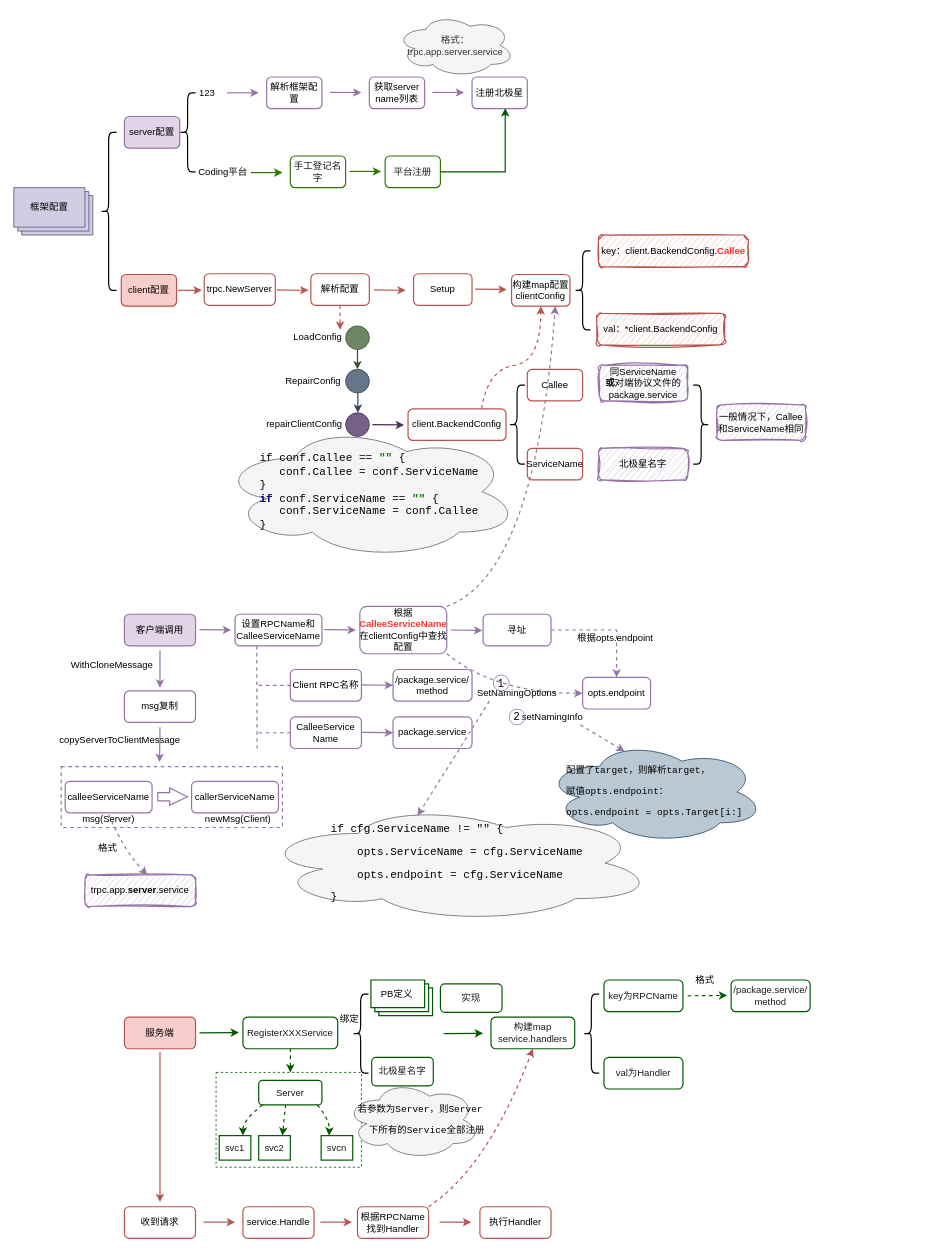
Above: base/trpc-go配置.drawio in melonshell/draw.io (draw.io), before the change. Source tidied: cells renumbered, new cells numbered last; positions are measured from the earlier drawing's top-left corner, leaving out a move shared by most shapes. Both pictures are drawn from the tidied source at 79%, with x=0, y=0 at pixel (13, 13).
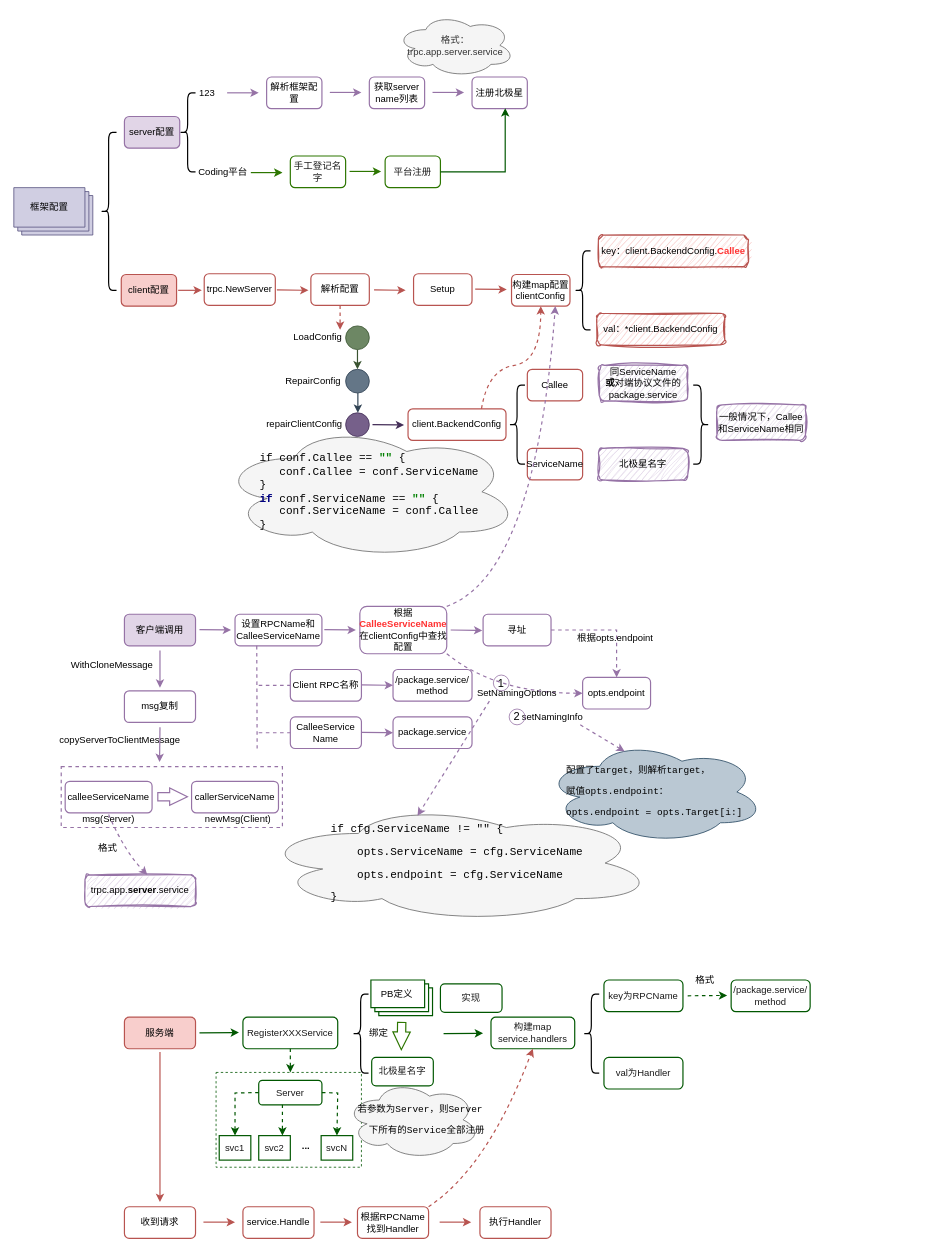
The same page after the edit.

Unchanged cells that the change refers to:
```xml
<mxCell id="110" value="&lt;font color=&quot;#1a1a1a&quot;&gt;Server&lt;/font&gt;" style="rounded=1;whiteSpace=wrap;html=1;strokeWidth=1.5;fillColor=none;strokeColor=#005700;fontColor=#ffffff;" parent="1" vertex="1">
  <mxGeometry x="310" y="1350" width="80" height="31" as="geometry" />
</mxCell>
<mxCell id="111" value="&lt;font color=&quot;#1a1a1a&quot;&gt;svc1&lt;/font&gt;" style="rounded=0;whiteSpace=wrap;html=1;strokeWidth=1.5;fillColor=none;fontColor=#ffffff;strokeColor=#005700;" parent="1" vertex="1">
  <mxGeometry x="260" y="1420" width="40" height="31" as="geometry" />
</mxCell>
<mxCell id="112" value="&lt;font color=&quot;#1a1a1a&quot;&gt;svc2&lt;/font&gt;" style="rounded=0;whiteSpace=wrap;html=1;strokeWidth=1.5;fillColor=none;fontColor=#ffffff;strokeColor=#005700;" parent="1" vertex="1">
  <mxGeometry x="310" y="1420" width="40" height="31" as="geometry" />
</mxCell>
```

What changed in the source:
```diff
@@
     <mxCell id="89" value="绑定" style="rounded=0;whiteSpace=wrap;html=1;strokeWidth=1.5;fillColor=none;strokeColor=none;" parent="1" vertex="1">
-      <mxGeometry x="403" y="1260" width="44" height="25" as="geometry" />
+      <mxGeometry x="440" y="1277.5" width="44" height="25" as="geometry" />
     </mxCell>
@@
-    <mxCell id="113" value="&lt;font color=&quot;#1a1a1a&quot;&gt;svcn&lt;/font&gt;" style="rounded=0;whiteSpace=wrap;html=1;strokeWidth=1.5;fillColor=none;fontColor=#ffffff;strokeColor=#005700;" parent="1" vertex="1">
+    <mxCell id="113" value="&lt;font color=&quot;#1a1a1a&quot;&gt;svcN&lt;/font&gt;" style="rounded=0;whiteSpace=wrap;html=1;strokeWidth=1.5;fillColor=none;fontColor=#ffffff;strokeColor=#005700;" parent="1" vertex="1">
       <mxGeometry x="389" y="1420" width="40" height="31" as="geometry" />
     </mxCell>
@@
-    <mxCell id="115" style="curved=1;endArrow=classic;html=1;rounded=0;strokeWidth=1.5;fontSize=12;fontColor=#1A1A1A;exitX=0.5;exitY=1;exitDx=0;exitDy=0;dashed=1;fillColor=#008a00;strokeColor=#005700;entryX=0.25;entryY=0;entryDx=0;entryDy=0;" parent="1" edge="1" target="113">
+    <mxCell id="115" style="endArrow=classic;html=1;rounded=0;strokeWidth=1.5;fontSize=12;fontColor=#1A1A1A;exitX=1;exitY=0.5;exitDx=0;exitDy=0;dashed=1;fillColor=#008a00;strokeColor=#005700;entryX=0.5;entryY=0;entryDx=0;entryDy=0;" parent="1" edge="1" source="110" target="113">
       <mxGeometry relative="1" as="geometry">
-        <mxPoint x="384" y="1381" as="sourcePoint" />
         <Array as="points">
-          <mxPoint x="400" y="1400" />
+          <mxPoint x="410" y="1366" />
         </Array>
       </mxGeometry>
     </mxCell>
-    <mxCell id="116" style="curved=1;endArrow=classic;html=1;rounded=0;strokeWidth=1.5;fontSize=12;fontColor=#1A1A1A;exitX=0.5;exitY=1;exitDx=0;exitDy=0;dashed=1;fillColor=#008a00;strokeColor=#005700;entryX=0.75;entryY=0;entryDx=0;entryDy=0;" parent="1" edge="1" target="112">
+    <mxCell id="116" style="curved=1;endArrow=classic;html=1;rounded=0;strokeWidth=1.5;fontSize=12;fontColor=#1A1A1A;dashed=1;fillColor=#008a00;strokeColor=#005700;entryX=0.75;entryY=0;entryDx=0;entryDy=0;" parent="1" edge="1" target="112">
       <mxGeometry relative="1" as="geometry">
-        <mxPoint x="344" y="1381" as="sourcePoint" />
+        <mxPoint x="340" y="1381" as="sourcePoint" />
       </mxGeometry>
     </mxCell>
-    <mxCell id="117" style="curved=1;endArrow=classic;html=1;rounded=0;strokeWidth=1.5;fontSize=12;fontColor=#1A1A1A;exitX=0.5;exitY=1;exitDx=0;exitDy=0;dashed=1;fillColor=#008a00;strokeColor=#005700;entryX=0.75;entryY=0;entryDx=0;entryDy=0;" parent="1" edge="1" target="111">
+    <mxCell id="117" style="endArrow=classic;html=1;rounded=0;strokeWidth=1.5;fontSize=12;fontColor=#1A1A1A;exitX=0;exitY=0.5;exitDx=0;exitDy=0;dashed=1;fillColor=#008a00;strokeColor=#005700;entryX=0.5;entryY=0;entryDx=0;entryDy=0;" parent="1" edge="1" source="110" target="111">
       <mxGeometry relative="1" as="geometry">
-        <mxPoint x="315" y="1381" as="sourcePoint" />
         <Array as="points">
-          <mxPoint x="290" y="1400" />
+          <mxPoint x="280" y="1366" />
         </Array>
       </mxGeometry>
     </mxCell>
@@
+    <mxCell id="134" style="shape=flexArrow;endArrow=classic;html=1;rounded=0;endWidth=10;endSize=7;strokeWidth=1.5;fillColor=none;strokeColor=#2D7600;" parent="1" edge="1">
+      <mxGeometry relative="1" as="geometry">
+        <mxPoint x="491" y="1276" as="sourcePoint" />
+        <mxPoint x="490.5" y="1312" as="targetPoint" />
+      </mxGeometry>
+    </mxCell>
+    <mxCell id="135" value="&lt;b&gt;...&lt;/b&gt;" style="rounded=0;whiteSpace=wrap;html=1;strokeWidth=1.5;fillColor=none;strokeColor=none;" parent="1" vertex="1">
+      <mxGeometry x="348" y="1427" width="44" height="11" as="geometry" />
+    </mxCell>
```
